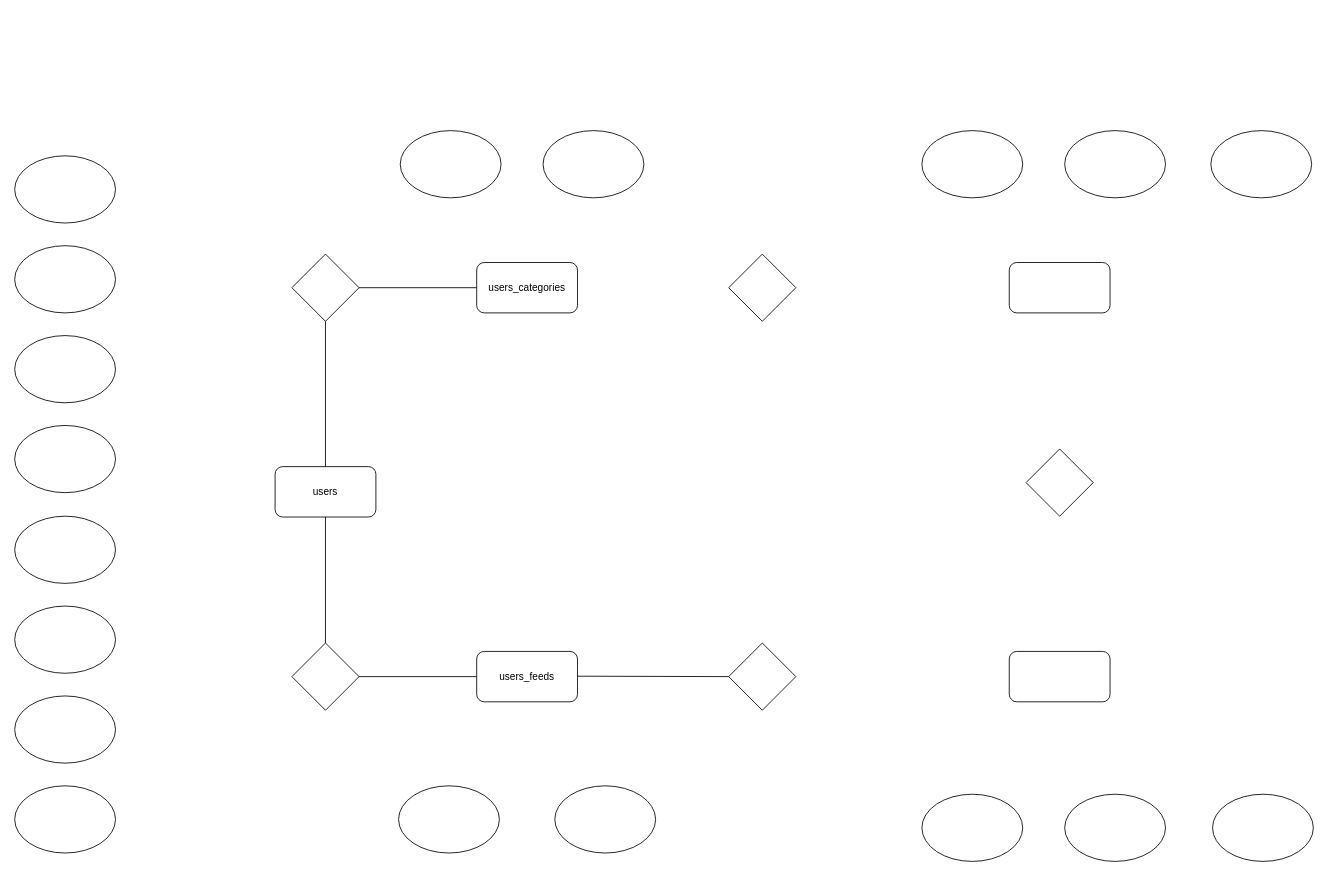
Earlier version of the draw.io diagram Diagrama sin título.drawio (molinacode/sources-news). Source tidied: cells renumbered, new cells numbered last; positions are measured from the earlier drawing's top-left corner, leaving out a move shared by most shapes. Both pictures are drawn from the tidied source at 84%, with x=0, y=0 at pixel (14, 130).
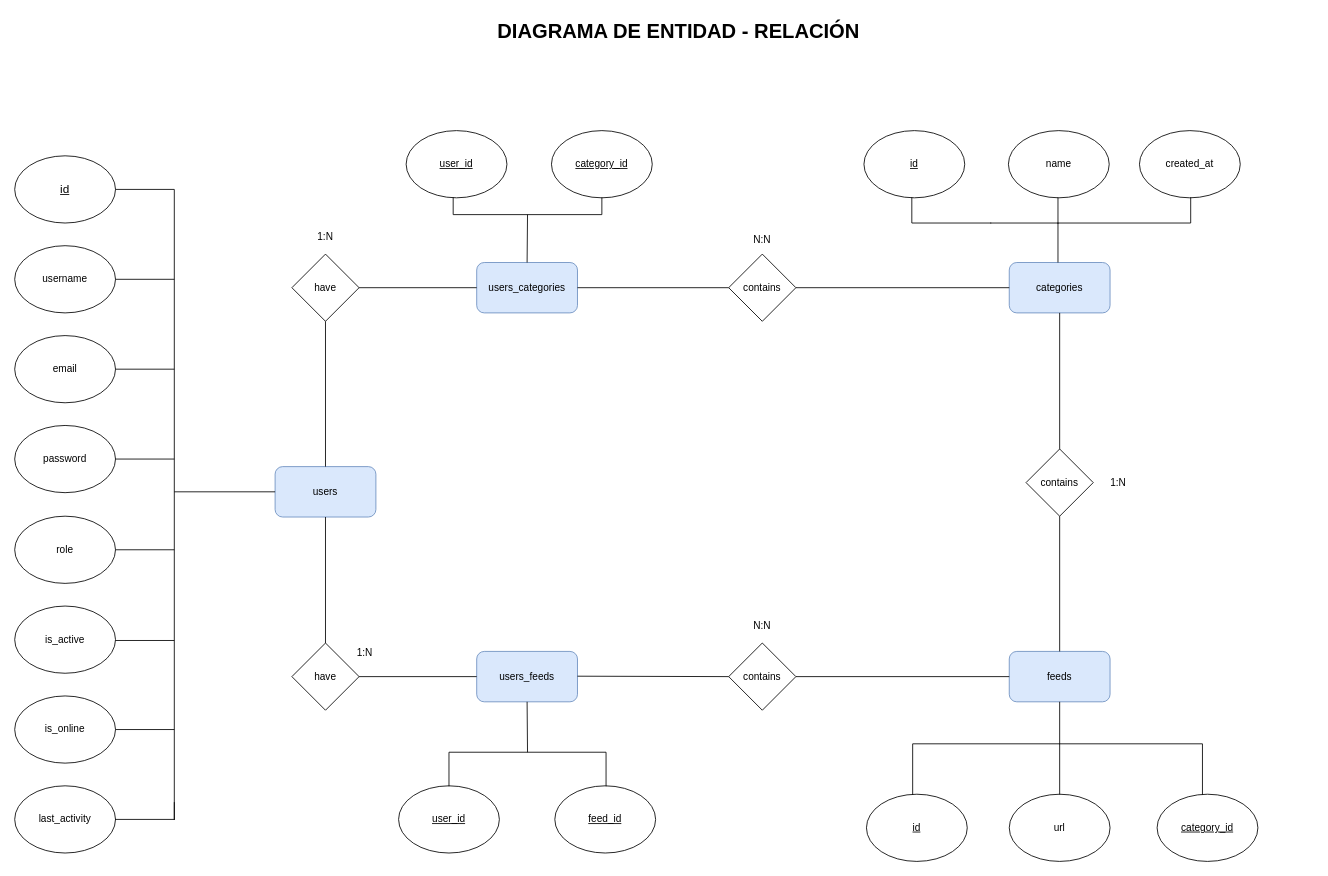
The same diagram, later.

Diff of the diagram source:
```diff
@@
-    <mxCell id="2" style="ellipse;whiteSpace=wrap;html=1;" parent="1" vertex="1">
+    <mxCell id="2" value="&lt;u&gt;&lt;font style=&quot;font-size: 14px;&quot;&gt;id&lt;/font&gt;&lt;/u&gt;" style="ellipse;whiteSpace=wrap;html=1;" parent="1" vertex="1">
       <mxGeometry y="30" width="120" height="80" as="geometry" />
     </mxCell>
-    <mxCell id="3" style="ellipse;whiteSpace=wrap;html=1;" parent="1" vertex="1">
+    <mxCell id="3" value="username" style="ellipse;whiteSpace=wrap;html=1;" parent="1" vertex="1">
       <mxGeometry y="137" width="120" height="80" as="geometry" />
     </mxCell>
-    <mxCell id="4" style="ellipse;whiteSpace=wrap;html=1;" parent="1" vertex="1">
+    <mxCell id="4" value="email" style="ellipse;whiteSpace=wrap;html=1;" parent="1" vertex="1">
       <mxGeometry y="244" width="120" height="80" as="geometry" />
     </mxCell>
-    <mxCell id="5" style="ellipse;whiteSpace=wrap;html=1;" parent="1" vertex="1">
+    <mxCell id="5" value="password" style="ellipse;whiteSpace=wrap;html=1;" parent="1" vertex="1">
       <mxGeometry y="351" width="120" height="80" as="geometry" />
     </mxCell>
-    <mxCell id="6" style="ellipse;whiteSpace=wrap;html=1;flipV=1;" parent="1" vertex="1">
+    <mxCell id="6" value="role" style="ellipse;whiteSpace=wrap;html=1;flipV=1;" parent="1" vertex="1">
       <mxGeometry y="459" width="120" height="80" as="geometry" />
     </mxCell>
-    <mxCell id="7" style="ellipse;whiteSpace=wrap;html=1;" parent="1" vertex="1">
+    <mxCell id="7" value="is_active" style="ellipse;whiteSpace=wrap;html=1;" parent="1" vertex="1">
       <mxGeometry y="566" width="120" height="80" as="geometry" />
     </mxCell>
-    <mxCell id="8" style="ellipse;whiteSpace=wrap;html=1;" parent="1" vertex="1">
+    <mxCell id="8" value="is_online" style="ellipse;whiteSpace=wrap;html=1;" parent="1" vertex="1">
       <mxGeometry y="673" width="120" height="80" as="geometry" />
     </mxCell>
-    <mxCell id="9" value="users" style="rounded=1;whiteSpace=wrap;html=1;" parent="1" vertex="1">
+    <mxCell id="9" value="users" style="rounded=1;whiteSpace=wrap;html=1;fillColor=#dae8fc;strokeColor=#6c8ebf;" parent="1" vertex="1">
       <mxGeometry x="310" y="400" width="120" height="60" as="geometry" />
     </mxCell>
-    <mxCell id="10" style="ellipse;whiteSpace=wrap;html=1;" parent="1" vertex="1">
+    <mxCell id="10" value="last_activity" style="ellipse;whiteSpace=wrap;html=1;" parent="1" vertex="1">
       <mxGeometry y="780" width="120" height="80" as="geometry" />
     </mxCell>
-    <mxCell id="11" value="users_categories" style="rounded=1;whiteSpace=wrap;html=1;" parent="1" vertex="1">
+    <mxCell id="11" value="users_categories" style="rounded=1;whiteSpace=wrap;html=1;fillColor=#dae8fc;strokeColor=#6c8ebf;" parent="1" vertex="1">
       <mxGeometry x="550" y="157" width="120" height="60" as="geometry" />
     </mxCell>
-    <mxCell id="12" value="users_feeds" style="rounded=1;whiteSpace=wrap;html=1;" parent="1" vertex="1">
+    <mxCell id="12" value="users_feeds" style="rounded=1;whiteSpace=wrap;html=1;fillColor=#dae8fc;strokeColor=#6c8ebf;" parent="1" vertex="1">
       <mxGeometry x="550" y="620" width="120" height="60" as="geometry" />
     </mxCell>
-    <mxCell id="13" style="rhombus;whiteSpace=wrap;html=1;" parent="1" vertex="1">
+    <mxCell id="13" value="have" style="rhombus;whiteSpace=wrap;html=1;" parent="1" vertex="1">
       <mxGeometry x="330" y="610" width="80" height="80" as="geometry" />
     </mxCell>
-    <mxCell id="14" style="rhombus;whiteSpace=wrap;html=1;" parent="1" vertex="1">
+    <mxCell id="14" value="have" style="rhombus;whiteSpace=wrap;html=1;" parent="1" vertex="1">
       <mxGeometry x="330" y="147" width="80" height="80" as="geometry" />
     </mxCell>
-    <mxCell id="15" style="rhombus;whiteSpace=wrap;html=1;" parent="1" vertex="1">
+    <mxCell id="15" value="contains" style="rhombus;whiteSpace=wrap;html=1;" parent="1" vertex="1">
       <mxGeometry x="850" y="147" width="80" height="80" as="geometry" />
     </mxCell>
-    <mxCell id="16" style="rhombus;whiteSpace=wrap;html=1;direction=south;" parent="1" vertex="1">
+    <mxCell id="16" value="contains" style="rhombus;whiteSpace=wrap;html=1;direction=south;" parent="1" vertex="1">
       <mxGeometry x="850" y="610" width="80" height="80" as="geometry" />
     </mxCell>
-    <mxCell id="17" style="rounded=1;whiteSpace=wrap;html=1;" parent="1" vertex="1">
+    <mxCell id="17" value="categories" style="rounded=1;whiteSpace=wrap;html=1;fillColor=#dae8fc;strokeColor=#6c8ebf;" parent="1" vertex="1">
       <mxGeometry x="1184" y="157" width="120" height="60" as="geometry" />
     </mxCell>
-    <mxCell id="18" style="rounded=1;whiteSpace=wrap;html=1;" parent="1" vertex="1">
+    <mxCell id="18" value="feeds" style="rounded=1;whiteSpace=wrap;html=1;fillColor=#dae8fc;strokeColor=#6c8ebf;" parent="1" vertex="1">
       <mxGeometry x="1184" y="620" width="120" height="60" as="geometry" />
     </mxCell>
-    <mxCell id="19" style="rhombus;whiteSpace=wrap;html=1;" parent="1" vertex="1">
+    <mxCell id="19" value="contains" style="rhombus;whiteSpace=wrap;html=1;" parent="1" vertex="1">
       <mxGeometry x="1204" y="379" width="80" height="80" as="geometry" />
     </mxCell>
-    <mxCell id="20" style="ellipse;whiteSpace=wrap;html=1;" parent="1" vertex="1">
-      <mxGeometry x="459" width="120" height="80" as="geometry" />
+    <mxCell id="20" value="&lt;u&gt;user_id&lt;/u&gt;" style="ellipse;whiteSpace=wrap;html=1;" parent="1" vertex="1">
+      <mxGeometry x="466" width="120" height="80" as="geometry" />
     </mxCell>
-    <mxCell id="21" style="ellipse;whiteSpace=wrap;html=1;" parent="1" vertex="1">
-      <mxGeometry x="629" width="120" height="80" as="geometry" />
+    <mxCell id="21" value="&lt;u style=&quot;line-height: 110%;&quot;&gt;category_id&lt;/u&gt;" style="ellipse;whiteSpace=wrap;html=1;" parent="1" vertex="1">
+      <mxGeometry x="639" width="120" height="80" as="geometry" />
     </mxCell>
-    <mxCell id="22" style="ellipse;whiteSpace=wrap;html=1;" parent="1" vertex="1">
+    <mxCell id="22" value="&lt;u&gt;user_id&lt;/u&gt;" style="ellipse;whiteSpace=wrap;html=1;" parent="1" vertex="1">
       <mxGeometry x="457" y="780" width="120" height="80" as="geometry" />
     </mxCell>
-    <mxCell id="23" style="ellipse;whiteSpace=wrap;html=1;" parent="1" vertex="1">
+    <mxCell id="23" value="&lt;u&gt;feed_id&lt;/u&gt;" style="ellipse;whiteSpace=wrap;html=1;" parent="1" vertex="1">
       <mxGeometry x="643" y="780" width="120" height="80" as="geometry" />
     </mxCell>
-    <mxCell id="24" style="ellipse;whiteSpace=wrap;html=1;" parent="1" vertex="1">
-      <mxGeometry x="1080" width="120" height="80" as="geometry" />
+    <mxCell id="24" value="&lt;u&gt;id&lt;/u&gt;" style="ellipse;whiteSpace=wrap;html=1;" parent="1" vertex="1">
+      <mxGeometry x="1011" width="120" height="80" as="geometry" />
     </mxCell>
-    <mxCell id="25" style="ellipse;whiteSpace=wrap;html=1;" parent="1" vertex="1">
-      <mxGeometry x="1250" width="120" height="80" as="geometry" />
+    <mxCell id="25" value="name" style="ellipse;whiteSpace=wrap;html=1;" parent="1" vertex="1">
+      <mxGeometry x="1183" width="120" height="80" as="geometry" />
     </mxCell>
-    <mxCell id="26" style="ellipse;whiteSpace=wrap;html=1;" parent="1" vertex="1">
-      <mxGeometry x="1080" y="790" width="120" height="80" as="geometry" />
+    <mxCell id="26" value="&lt;u&gt;id&lt;/u&gt;" style="ellipse;whiteSpace=wrap;html=1;" parent="1" vertex="1">
+      <mxGeometry x="1014" y="790" width="120" height="80" as="geometry" />
     </mxCell>
-    <mxCell id="27" style="ellipse;whiteSpace=wrap;html=1;" parent="1" vertex="1">
-      <mxGeometry x="1250" y="790" width="120" height="80" as="geometry" />
+    <mxCell id="27" value="url" style="ellipse;whiteSpace=wrap;html=1;" parent="1" vertex="1">
+      <mxGeometry x="1184" y="790" width="120" height="80" as="geometry" />
     </mxCell>
-    <mxCell id="28" style="ellipse;whiteSpace=wrap;html=1;" parent="1" vertex="1">
-      <mxGeometry x="1424" width="120" height="80" as="geometry" />
+    <mxCell id="28" value="created_at" style="ellipse;whiteSpace=wrap;html=1;" parent="1" vertex="1">
+      <mxGeometry x="1339" width="120" height="80" as="geometry" />
     </mxCell>
-    <mxCell id="29" style="ellipse;whiteSpace=wrap;html=1;" parent="1" vertex="1">
-      <mxGeometry x="1426" y="790" width="120" height="80" as="geometry" />
+    <mxCell id="29" value="&lt;u&gt;category_id&lt;/u&gt;" style="ellipse;whiteSpace=wrap;html=1;" parent="1" vertex="1">
+      <mxGeometry x="1360" y="790" width="120" height="80" as="geometry" />
     </mxCell>
@@
+    <mxCell id="35" style="endArrow=none;html=1;rounded=0;entryX=0;entryY=0.5;entryDx=0;entryDy=0;exitX=1;exitY=0.5;exitDx=0;exitDy=0;" parent="1" edge="1" source="11" target="15">
+      <mxGeometry relative="1" as="geometry" />
+    </mxCell>
+    <mxCell id="36" style="endArrow=none;html=1;rounded=0;exitX=1;exitY=0.5;exitDx=0;exitDy=0;entryX=0;entryY=0.5;entryDx=0;entryDy=0;" parent="1" edge="1" source="15" target="17">
+      <mxGeometry relative="1" as="geometry" />
+    </mxCell>
+    <mxCell id="37" style="endArrow=none;html=1;rounded=0;entryX=0.5;entryY=1;entryDx=0;entryDy=0;exitX=0.5;exitY=0;exitDx=0;exitDy=0;" parent="1" edge="1" source="19" target="17">
+      <mxGeometry relative="1" as="geometry" />
+    </mxCell>
+    <mxCell id="38" style="endArrow=none;html=1;rounded=0;entryX=0.5;entryY=1;entryDx=0;entryDy=0;exitX=0.5;exitY=0;exitDx=0;exitDy=0;" parent="1" edge="1" source="18" target="19">
+      <mxGeometry relative="1" as="geometry" />
+    </mxCell>
+    <mxCell id="39" style="endArrow=none;html=1;rounded=0;entryX=0;entryY=0.5;entryDx=0;entryDy=0;exitX=0.5;exitY=0;exitDx=0;exitDy=0;" parent="1" edge="1" source="16" target="18">
+      <mxGeometry relative="1" as="geometry" />
+    </mxCell>
+    <mxCell id="40" style="endArrow=none;html=1;rounded=0;exitX=0;exitY=0;exitDx=0;exitDy=0;" parent="1" edge="1" source="41">
+      <mxGeometry relative="1" as="geometry">
+        <mxPoint x="190" y="70" as="targetPoint" />
+      </mxGeometry>
+    </mxCell>
+    <mxCell id="41" style="shape=partialRectangle;whiteSpace=wrap;html=1;bottom=0;right=0;fillColor=none;rotation=-180;" parent="1" vertex="1">
+      <mxGeometry x="120" y="800" width="70" height="20" as="geometry" />
+    </mxCell>
+    <mxCell id="42" style="line;strokeWidth=1;html=1;" parent="1" vertex="1">
+      <mxGeometry x="120" y="708" width="70" height="10" as="geometry" />
+    </mxCell>
+    <mxCell id="43" style="line;strokeWidth=1;html=1;" parent="1" vertex="1">
+      <mxGeometry x="120" y="602" width="70" height="10" as="geometry" />
+    </mxCell>
+    <mxCell id="44" style="line;strokeWidth=1;html=1;" parent="1" vertex="1">
+      <mxGeometry x="120" y="494" width="70" height="10" as="geometry" />
+    </mxCell>
+    <mxCell id="45" style="line;strokeWidth=1;html=1;" parent="1" vertex="1">
+      <mxGeometry x="120" y="65" width="70" height="10" as="geometry" />
+    </mxCell>
+    <mxCell id="46" style="line;strokeWidth=1;html=1;" parent="1" vertex="1">
+      <mxGeometry x="120" y="172" width="70" height="10" as="geometry" />
+    </mxCell>
+    <mxCell id="47" style="line;strokeWidth=1;html=1;" parent="1" vertex="1">
+      <mxGeometry x="120" y="279" width="70" height="10" as="geometry" />
+    </mxCell>
+    <mxCell id="48" style="line;strokeWidth=1;html=1;" parent="1" vertex="1">
+      <mxGeometry x="120" y="386" width="70" height="10" as="geometry" />
+    </mxCell>
+    <mxCell id="49" style="endArrow=none;html=1;rounded=0;exitX=0.5;exitY=0;exitDx=0;exitDy=0;entryX=0.5;entryY=1;entryDx=0;entryDy=0;" parent="1" edge="1" source="11" target="59">
+      <mxGeometry relative="1" as="geometry" />
+    </mxCell>
+    <mxCell id="50" style="shape=partialRectangle;whiteSpace=wrap;html=1;bottom=0;right=0;fillColor=none;direction=west;" parent="1" vertex="1">
+      <mxGeometry x="1162" y="80" width="80" height="30" as="geometry" />
+    </mxCell>
+    <mxCell id="51" style="shape=partialRectangle;whiteSpace=wrap;html=1;bottom=1;right=0;fillColor=none;top=0;" parent="1" vertex="1">
+      <mxGeometry x="1068" y="80" width="94" height="30" as="geometry" />
+    </mxCell>
+    <mxCell id="52" style="endArrow=none;html=1;rounded=0;entryX=0;entryY=0;entryDx=0;entryDy=0;exitX=0.5;exitY=0;exitDx=0;exitDy=0;" parent="1" edge="1" target="50">
+      <mxGeometry relative="1" as="geometry">
+        <mxPoint x="1242" y="157" as="sourcePoint" />
+      </mxGeometry>
+    </mxCell>
+    <mxCell id="53" style="shape=partialRectangle;whiteSpace=wrap;html=1;bottom=1;right=1;fillColor=none;top=0;left=0;" parent="1" vertex="1">
+      <mxGeometry x="1242" y="80" width="158" height="30" as="geometry" />
+    </mxCell>
+    <mxCell id="54" style="shape=partialRectangle;whiteSpace=wrap;html=1;bottom=1;right=1;left=1;top=0;fillColor=none;routingCenterX=-0.5;rotation=-180;" parent="1" vertex="1">
+      <mxGeometry x="517" y="740" width="187" height="40" as="geometry" />
+    </mxCell>
+    <mxCell id="55" style="endArrow=none;html=1;rounded=0;entryX=0.5;entryY=1;entryDx=0;entryDy=0;exitX=0.5;exitY=1;exitDx=0;exitDy=0;" parent="1" edge="1" source="54" target="12">
+      <mxGeometry relative="1" as="geometry" />
+    </mxCell>
+    <mxCell id="56" style="shape=partialRectangle;whiteSpace=wrap;html=1;bottom=1;right=1;left=1;top=0;fillColor=none;routingCenterX=-0.5;rotation=-180;" parent="1" vertex="1">
+      <mxGeometry x="1069" y="730" width="175" height="60" as="geometry" />
+    </mxCell>
+    <mxCell id="57" style="shape=partialRectangle;whiteSpace=wrap;html=1;bottom=0;right=1;fillColor=none;left=0;" parent="1" vertex="1">
+      <mxGeometry x="1244" y="730" width="170" height="60" as="geometry" />
+    </mxCell>
+    <mxCell id="58" style="endArrow=none;html=1;rounded=0;entryX=0.5;entryY=1;entryDx=0;entryDy=0;exitX=0;exitY=0;exitDx=0;exitDy=0;" parent="1" edge="1" source="57" target="18">
+      <mxGeometry relative="1" as="geometry" />
+    </mxCell>
+    <mxCell id="59" style="shape=partialRectangle;whiteSpace=wrap;html=1;bottom=1;right=1;left=1;top=0;fillColor=none;routingCenterX=-0.5;" parent="1" vertex="1">
+      <mxGeometry x="522" y="80" width="177" height="20" as="geometry" />
+    </mxCell>
+    <mxCell id="60" style="endArrow=none;html=1;rounded=0;exitX=0;exitY=0.5;exitDx=0;exitDy=0;" parent="1" edge="1" source="9">
+      <mxGeometry relative="1" as="geometry">
+        <mxPoint x="190" y="430" as="targetPoint" />
+      </mxGeometry>
+    </mxCell>
+    <mxCell id="61" value="N:N" style="text;html=1;align=center;verticalAlign=middle;whiteSpace=wrap;rounded=0;" parent="1" vertex="1">
+      <mxGeometry x="860" y="110" width="60" height="40" as="geometry" />
+    </mxCell>
+    <mxCell id="62" value="1:N" style="text;html=1;align=center;verticalAlign=middle;whiteSpace=wrap;rounded=0;" parent="1" vertex="1">
+      <mxGeometry x="387" y="602" width="60" height="40" as="geometry" />
+    </mxCell>
+    <mxCell id="63" value="N:N" style="text;html=1;align=center;verticalAlign=middle;whiteSpace=wrap;rounded=0;" parent="1" vertex="1">
+      <mxGeometry x="860" y="570" width="60" height="40" as="geometry" />
+    </mxCell>
+    <mxCell id="64" value="1:N" style="text;html=1;align=center;verticalAlign=middle;whiteSpace=wrap;rounded=0;" parent="1" vertex="1">
+      <mxGeometry x="340" y="107" width="60" height="40" as="geometry" />
+    </mxCell>
+    <mxCell id="65" value="1:N" style="text;html=1;align=center;verticalAlign=middle;whiteSpace=wrap;rounded=0;" parent="1" vertex="1">
+      <mxGeometry x="1284" y="399" width="60" height="40" as="geometry" />
+    </mxCell>
+    <mxCell id="66" value="DIAGRAMA DE ENTIDAD - RELACIÓN" style="text;strokeColor=none;fillColor=none;html=1;fontSize=24;fontStyle=1;verticalAlign=middle;align=center;" parent="1" vertex="1">
+      <mxGeometry x="740" y="-138" width="100" height="40" as="geometry" />
+    </mxCell>
```
